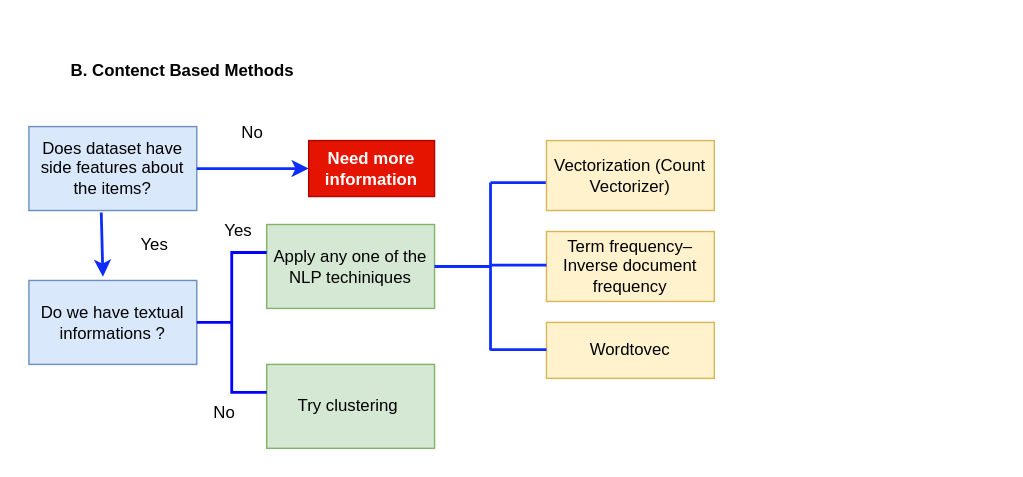
Before: images/contant based method.svg, a diagram exported from draw.io (csekankan/MTP-Recommender). Source tidied: cells renumbered, new cells last; positions are measured from the earlier drawing's top-left corner, leaving out a move shared by most shapes. Its diagram source:
```xml
<mxGraphModel>
  <root>
    <mxCell id="0" />
    <mxCell id="1" parent="0" />
    <mxCell id="2" style="rounded=0;whiteSpace=wrap;html=1;strokeColor=none;" parent="1" vertex="1">
      <mxGeometry width="730" height="340" as="geometry" />
    </mxCell>
    <mxCell id="3" value="&lt;b&gt;B. Contenct Based Methods&lt;/b&gt;" style="text;html=1;strokeColor=none;fillColor=none;align=center;verticalAlign=middle;whiteSpace=wrap;rounded=0;" parent="1" vertex="1">
      <mxGeometry x="30" y="30" width="200" height="40" as="geometry" />
    </mxCell>
    <mxCell id="4" value="Does dataset have side features about the items?" style="rounded=0;whiteSpace=wrap;html=1;fillColor=#dae8fc;strokeColor=#6c8ebf;" parent="1" vertex="1">
      <mxGeometry x="20" y="90" width="120" height="60" as="geometry" />
    </mxCell>
    <mxCell id="5" style="endArrow=classic;html=1;rounded=0;exitX=1;exitY=0.5;exitDx=0;exitDy=0;entryX=0;entryY=0.5;entryDx=0;entryDy=0;strokeColor=#0D2DFF;strokeWidth=2;" parent="1" edge="1" source="4" target="6">
      <mxGeometry relative="1" as="geometry" />
    </mxCell>
    <mxCell id="6" value="&lt;b&gt;Need more information&lt;/b&gt;" style="rounded=0;whiteSpace=wrap;html=1;fillColor=#e51400;fontColor=#ffffff;strokeColor=#B20000;" parent="1" vertex="1">
      <mxGeometry x="220" y="100" width="90" height="40" as="geometry" />
    </mxCell>
    <mxCell id="7" value="No" style="text;html=1;strokeColor=none;fillColor=none;align=center;verticalAlign=middle;whiteSpace=wrap;rounded=0;" parent="1" vertex="1">
      <mxGeometry x="150" y="80" width="60" height="30" as="geometry" />
    </mxCell>
    <mxCell id="8" value="Do we have textual informations ?" style="rounded=0;whiteSpace=wrap;html=1;fillColor=#dae8fc;strokeColor=#6c8ebf;" parent="1" vertex="1">
      <mxGeometry x="20" y="200" width="120" height="60" as="geometry" />
    </mxCell>
    <mxCell id="9" value="&lt;span style=&quot;font-size: 12px;&quot;&gt;Apply any one of the NLP techiniques&lt;/span&gt;" style="rounded=0;whiteSpace=wrap;html=1;fillColor=#d5e8d4;strokeColor=#82b366;" parent="1" vertex="1">
      <mxGeometry x="190" y="160" width="120" height="60" as="geometry" />
    </mxCell>
    <mxCell id="10" value="Try clustering&amp;nbsp;" style="rounded=0;whiteSpace=wrap;html=1;fillColor=#d5e8d4;strokeColor=#82b366;" parent="1" vertex="1">
      <mxGeometry x="190" y="260" width="120" height="60" as="geometry" />
    </mxCell>
    <mxCell id="11" style="endArrow=classic;html=1;rounded=0;strokeColor=#0D2DFF;strokeWidth=2;exitX=0.431;exitY=1.023;exitDx=0;exitDy=0;exitPerimeter=0;entryX=0.441;entryY=-0.045;entryDx=0;entryDy=0;entryPerimeter=0;" parent="1" edge="1" source="4" target="8">
      <mxGeometry relative="1" as="geometry" />
    </mxCell>
    <mxCell id="12" value="Yes" style="text;html=1;strokeColor=none;fillColor=none;align=center;verticalAlign=middle;whiteSpace=wrap;rounded=0;" parent="1" vertex="1">
      <mxGeometry x="80" y="160" width="60" height="30" as="geometry" />
    </mxCell>
    <mxCell id="13" style="strokeWidth=2;html=1;shape=mxgraph.flowchart.annotation_2;align=left;labelPosition=right;fontSize=12;strokeColor=#0000FF;" parent="1" vertex="1">
      <mxGeometry x="140" y="180" width="50" height="100" as="geometry" />
    </mxCell>
    <mxCell id="14" value="No" style="text;html=1;strokeColor=none;fillColor=none;align=center;verticalAlign=middle;whiteSpace=wrap;rounded=0;fontSize=12;" parent="1" vertex="1">
      <mxGeometry x="130" y="280" width="60" height="30" as="geometry" />
    </mxCell>
    <mxCell id="15" value="Yes" style="text;html=1;strokeColor=none;fillColor=none;align=center;verticalAlign=middle;whiteSpace=wrap;rounded=0;fontSize=12;" parent="1" vertex="1">
      <mxGeometry x="140" y="150" width="60" height="30" as="geometry" />
    </mxCell>
    <mxCell id="16" style="endArrow=none;html=1;rounded=0;fontSize=12;strokeColor=#0D2DFF;strokeWidth=2;exitX=1;exitY=0.5;exitDx=0;exitDy=0;" parent="1" edge="1" source="9">
      <mxGeometry relative="1" as="geometry">
        <mxPoint x="350" y="190" as="targetPoint" />
      </mxGeometry>
    </mxCell>
    <mxCell id="17" style="endArrow=none;html=1;rounded=0;fontSize=12;strokeColor=#0D2DFF;strokeWidth=2;" parent="1" edge="1">
      <mxGeometry relative="1" as="geometry">
        <mxPoint x="350" y="250" as="sourcePoint" />
        <mxPoint x="350" y="130" as="targetPoint" />
      </mxGeometry>
    </mxCell>
    <mxCell id="18" style="endArrow=none;html=1;rounded=0;fontSize=12;strokeColor=#0D2DFF;strokeWidth=2;" parent="1" edge="1">
      <mxGeometry relative="1" as="geometry">
        <mxPoint x="350" y="130" as="sourcePoint" />
        <mxPoint x="390" y="130" as="targetPoint" />
      </mxGeometry>
    </mxCell>
    <mxCell id="19" value="Vectorization (Count Vectorizer)" style="rounded=0;whiteSpace=wrap;html=1;fontSize=12;strokeColor=#d6b656;fillColor=#fff2cc;" parent="1" vertex="1">
      <mxGeometry x="390" y="100" width="120" height="50" as="geometry" />
    </mxCell>
    <mxCell id="20" value="Term frequency–Inverse document frequency" style="rounded=0;whiteSpace=wrap;html=1;fontSize=12;strokeColor=#d6b656;fillColor=#fff2cc;" parent="1" vertex="1">
      <mxGeometry x="390" y="165" width="120" height="50" as="geometry" />
    </mxCell>
    <mxCell id="21" value="Wordtovec" style="rounded=0;whiteSpace=wrap;html=1;fontSize=12;strokeColor=#d6b656;fillColor=#fff2cc;" parent="1" vertex="1">
      <mxGeometry x="390" y="230" width="120" height="40" as="geometry" />
    </mxCell>
    <mxCell id="22" style="endArrow=none;html=1;rounded=0;fontSize=12;strokeColor=#0D2DFF;strokeWidth=2;" parent="1" edge="1">
      <mxGeometry relative="1" as="geometry">
        <mxPoint x="350" y="189" as="sourcePoint" />
        <mxPoint x="390" y="189" as="targetPoint" />
      </mxGeometry>
    </mxCell>
    <mxCell id="23" style="endArrow=none;html=1;rounded=0;fontSize=12;strokeColor=#0D2DFF;strokeWidth=2;" parent="1" edge="1">
      <mxGeometry relative="1" as="geometry">
        <mxPoint x="350" y="249.5" as="sourcePoint" />
        <mxPoint x="390" y="249.5" as="targetPoint" />
      </mxGeometry>
    </mxCell>
  </root>
</mxGraphModel>
```
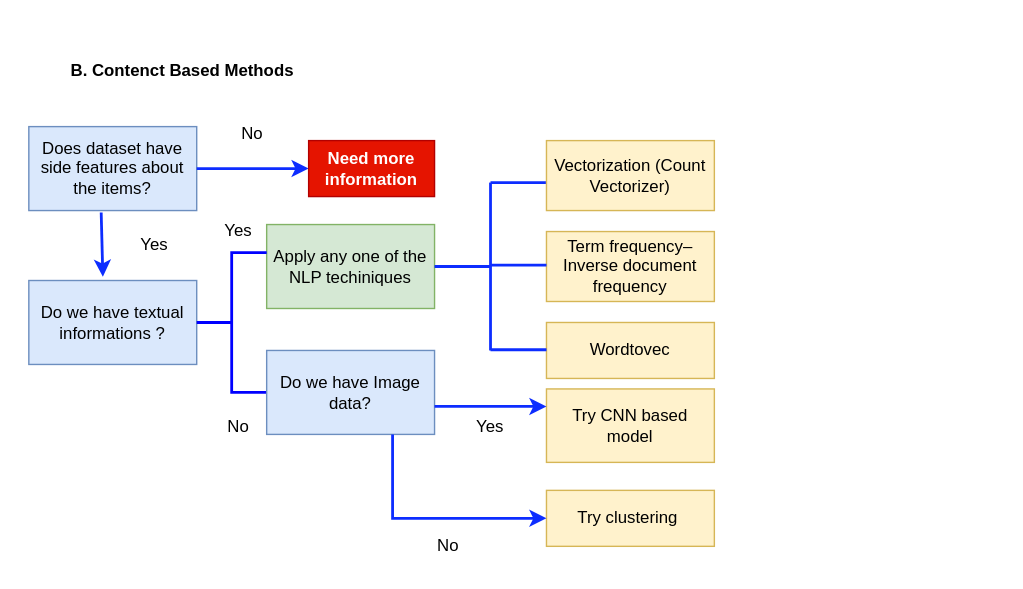
Above is the later version.

Change to the diagram source:
```diff
@@ -3,7 +3,7 @@
     <mxCell id="0" />
     <mxCell id="1" parent="0" />
     <mxCell id="2" style="rounded=0;whiteSpace=wrap;html=1;strokeColor=none;" parent="1" vertex="1">
-      <mxGeometry width="730" height="340" as="geometry" />
+      <mxGeometry width="730" height="420" as="geometry" />
     </mxCell>
     <mxCell id="3" value="&lt;b&gt;B. Contenct Based Methods&lt;/b&gt;" style="text;html=1;strokeColor=none;fillColor=none;align=center;verticalAlign=middle;whiteSpace=wrap;rounded=0;" parent="1" vertex="1">
       <mxGeometry x="30" y="30" width="200" height="40" as="geometry" />
@@ -26,8 +26,8 @@
     <mxCell id="9" value="&lt;span style=&quot;font-size: 12px;&quot;&gt;Apply any one of the NLP techiniques&lt;/span&gt;" style="rounded=0;whiteSpace=wrap;html=1;fillColor=#d5e8d4;strokeColor=#82b366;" parent="1" vertex="1">
       <mxGeometry x="190" y="160" width="120" height="60" as="geometry" />
     </mxCell>
-    <mxCell id="10" value="Try clustering&amp;nbsp;" style="rounded=0;whiteSpace=wrap;html=1;fillColor=#d5e8d4;strokeColor=#82b366;" parent="1" vertex="1">
-      <mxGeometry x="190" y="260" width="120" height="60" as="geometry" />
+    <mxCell id="10" value="Try clustering&amp;nbsp;" style="rounded=0;whiteSpace=wrap;html=1;fillColor=#fff2cc;strokeColor=#d6b656;" parent="1" vertex="1">
+      <mxGeometry x="390" y="350" width="120" height="40" as="geometry" />
     </mxCell>
     <mxCell id="11" style="endArrow=classic;html=1;rounded=0;strokeColor=#0D2DFF;strokeWidth=2;exitX=0.431;exitY=1.023;exitDx=0;exitDy=0;exitPerimeter=0;entryX=0.441;entryY=-0.045;entryDx=0;entryDy=0;entryPerimeter=0;" parent="1" edge="1" source="4" target="8">
       <mxGeometry relative="1" as="geometry" />
@@ -39,7 +39,7 @@
       <mxGeometry x="140" y="180" width="50" height="100" as="geometry" />
     </mxCell>
     <mxCell id="14" value="No" style="text;html=1;strokeColor=none;fillColor=none;align=center;verticalAlign=middle;whiteSpace=wrap;rounded=0;fontSize=12;" parent="1" vertex="1">
-      <mxGeometry x="130" y="280" width="60" height="30" as="geometry" />
+      <mxGeometry x="290" y="375" width="60" height="30" as="geometry" />
     </mxCell>
     <mxCell id="15" value="Yes" style="text;html=1;strokeColor=none;fillColor=none;align=center;verticalAlign=middle;whiteSpace=wrap;rounded=0;fontSize=12;" parent="1" vertex="1">
       <mxGeometry x="140" y="150" width="60" height="30" as="geometry" />
@@ -82,5 +82,31 @@
         <mxPoint x="390" y="249.5" as="targetPoint" />
       </mxGeometry>
     </mxCell>
+    <mxCell id="24" value="Do we have Image data?" style="rounded=0;whiteSpace=wrap;html=1;fillColor=#dae8fc;strokeColor=#6c8ebf;" parent="1" vertex="1">
+      <mxGeometry x="190" y="250" width="120" height="60" as="geometry" />
+    </mxCell>
+    <mxCell id="25" style="endArrow=classic;html=1;rounded=0;exitX=0.75;exitY=1;exitDx=0;exitDy=0;strokeColor=#0D2DFF;strokeWidth=2;" parent="1" edge="1" source="24">
+      <mxGeometry relative="1" as="geometry">
+        <mxPoint x="390" y="370" as="targetPoint" />
+        <Array as="points">
+          <mxPoint x="280" y="370" />
+        </Array>
+      </mxGeometry>
+    </mxCell>
+    <mxCell id="26" value="No" style="text;html=1;strokeColor=none;fillColor=none;align=center;verticalAlign=middle;whiteSpace=wrap;rounded=0;fontSize=12;" parent="1" vertex="1">
+      <mxGeometry x="140" y="290" width="60" height="30" as="geometry" />
+    </mxCell>
+    <mxCell id="27" value="Try CNN based model" style="rounded=0;whiteSpace=wrap;html=1;fontSize=12;strokeColor=#d6b656;fillColor=#fff2cc;" parent="1" vertex="1">
+      <mxGeometry x="390" y="277.5" width="120" height="52.5" as="geometry" />
+    </mxCell>
+    <mxCell id="28" style="endArrow=classic;html=1;rounded=0;strokeColor=#0D2DFF;strokeWidth=2;" parent="1" edge="1">
+      <mxGeometry relative="1" as="geometry">
+        <mxPoint x="310" y="290" as="sourcePoint" />
+        <mxPoint x="390" y="290" as="targetPoint" />
+      </mxGeometry>
+    </mxCell>
+    <mxCell id="29" value="Yes" style="text;html=1;strokeColor=none;fillColor=none;align=center;verticalAlign=middle;whiteSpace=wrap;rounded=0;" parent="1" vertex="1">
+      <mxGeometry x="320" y="290" width="60" height="30" as="geometry" />
+    </mxCell>
   </root>
 </mxGraphModel>
```
